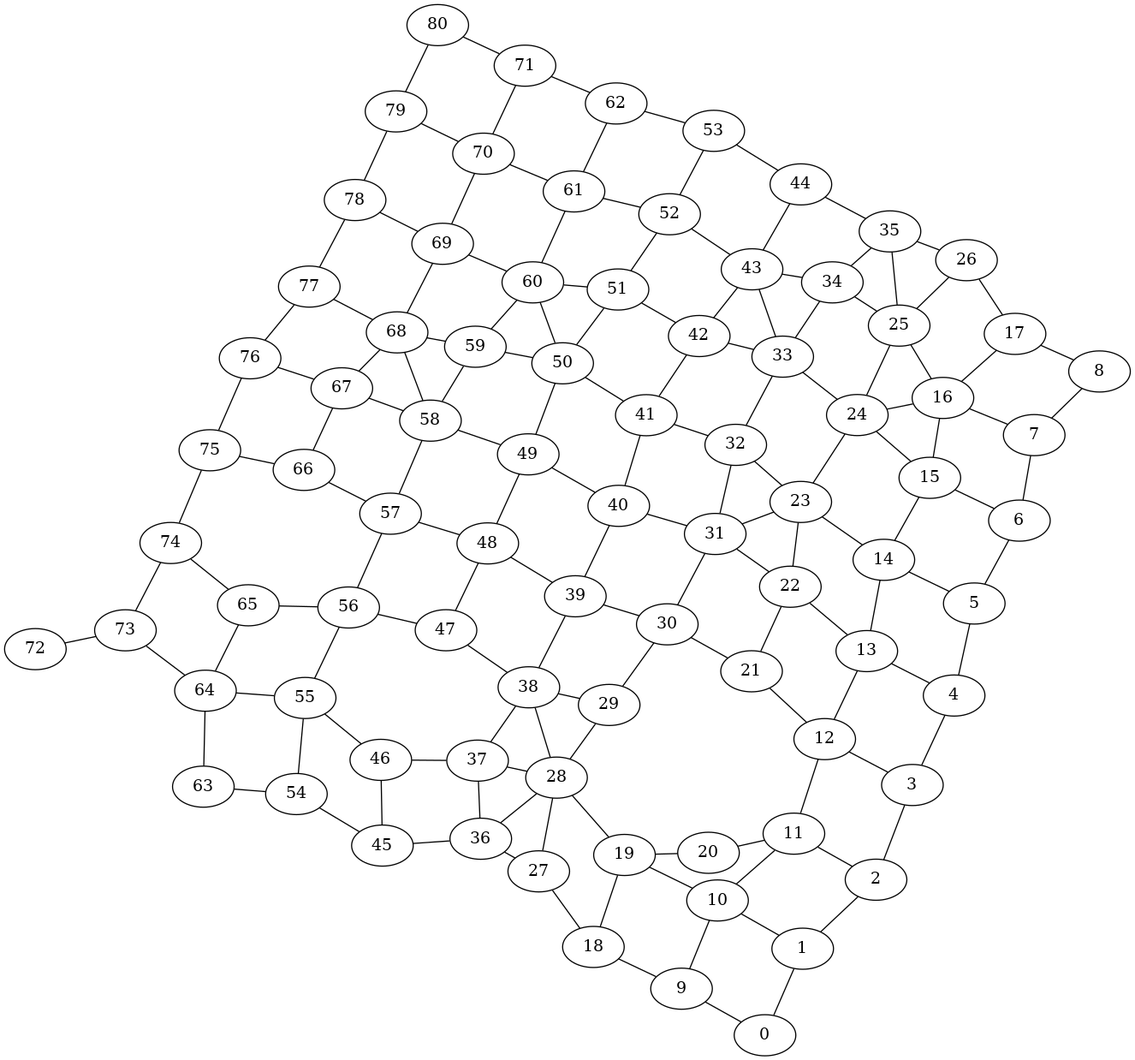
Earlier version of the Graphviz export fig/graph.png (lorenzorizzi17/urban_network). Its source is kept beside it as fig/graph.dot.
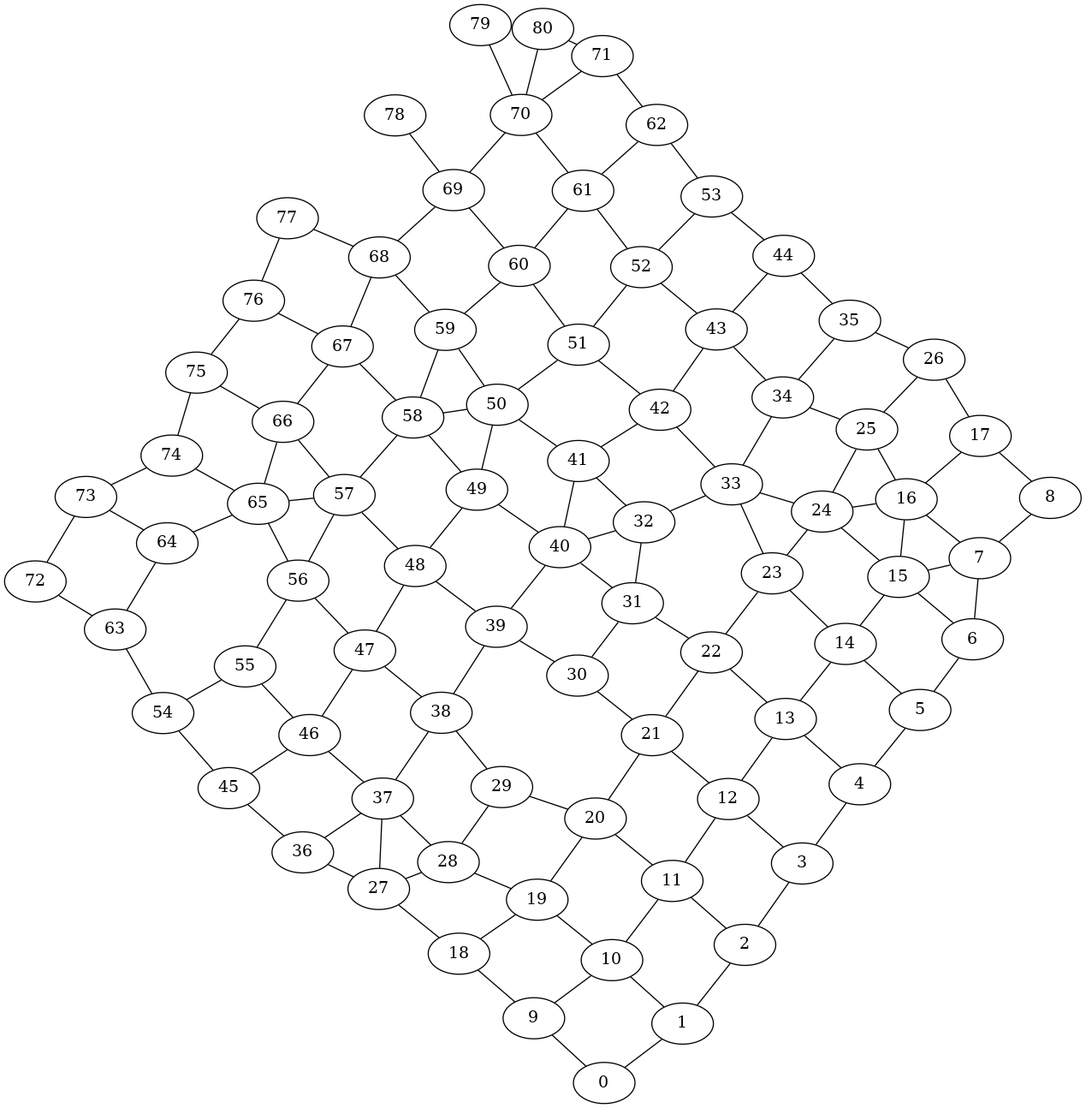
Later version of the same file.

The edit, as a diff of the source:
```diff
@@ -118,11 +118,12 @@
 18--27 ;
 19--28 ;
 19--20 ;
+20--29 ;
+20--21 ;
 21--30 ;
 21--22 ;
 22--31 ;
 22--23 ;
-23--32 ;
 23--24 ;
 24--33 ;
 24--25 ;
@@ -134,7 +135,6 @@
 28--37 ;
 28--29 ;
 29--38 ;
-29--30 ;
 30--39 ;
 30--31 ;
 31--40 ;
@@ -166,6 +166,7 @@
 45--46 ;
 45--54 ;
 46--55 ;
+46--47 ;
 47--56 ;
 47--48 ;
 48--57 ;
@@ -181,7 +182,6 @@
 53--62 ;
 54--55 ;
 54--63 ;
-55--64 ;
 55--56 ;
 56--65 ;
 56--57 ;
@@ -197,9 +197,11 @@
 61--62 ;
 62--71 ;
 63--64 ;
+63--72 ;
 64--73 ;
 64--65 ;
 65--74 ;
+65--66 ;
 66--75 ;
 66--67 ;
 67--76 ;
@@ -216,15 +218,13 @@
 74--75 ;
 75--76 ;
 76--77 ;
-77--78 ;
-78--79 ;
 79--80 ;
-60--50 ;
-23--31 ;
-43--33 ;
-58--68 ;
-28--38 ;
-28--36 ;
-25--35 ;
-16--24 ;
+33--23 ;
+15--7 ;
+32--40 ;
+65--57 ;
+37--27 ;
+24--16 ;
+50--58 ;
+70--80 ;
 }
```
